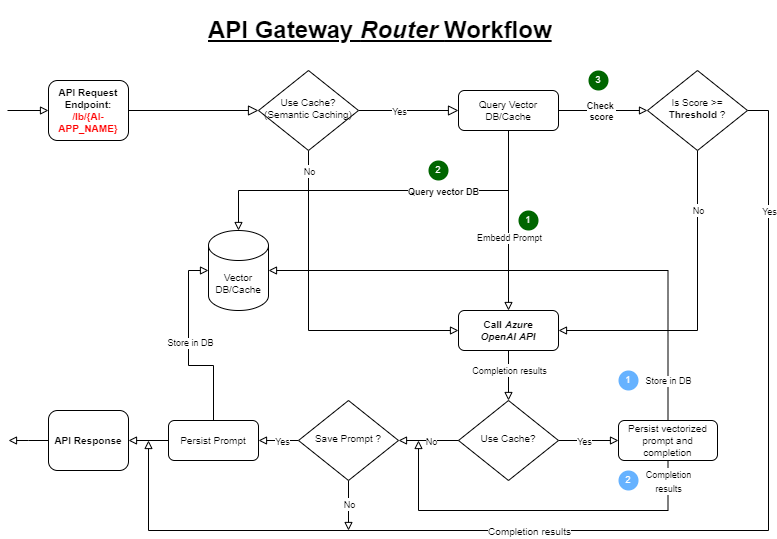
Above: images/aoai-api-gtwy-flow-chart.png in ganrad/openai-api-router (draw.io), before the change. Source tidied: cells renumbered, new cells last; positions are measured from the earlier drawing's top-left corner, leaving out a move shared by most shapes.
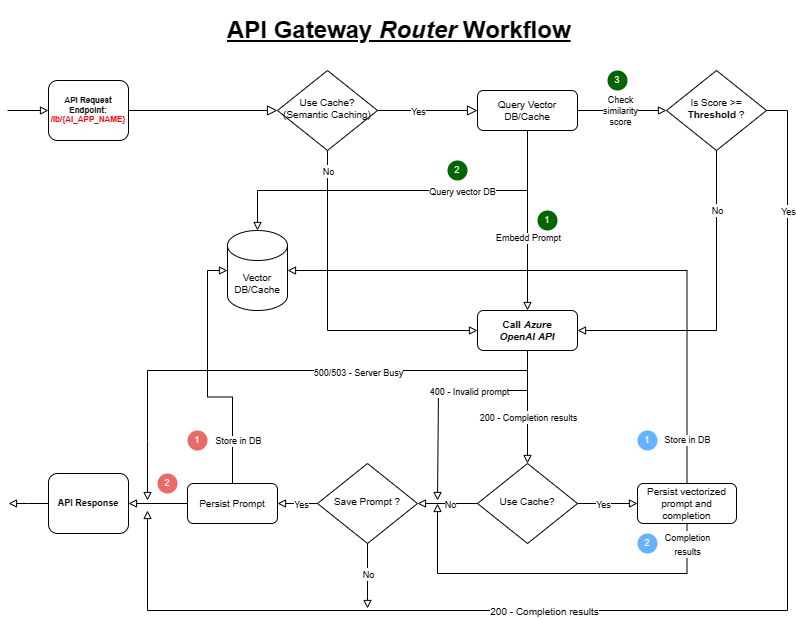
After the change.

Commit message:
Updated flow diagram

The edit, as a diff of the source:
```diff
@@ -5,8 +5,8 @@
     <mxCell id="2" style="rounded=0;html=1;jettySize=auto;fontSize=11;endArrow=block;endFill=0;endSize=8;strokeWidth=1;shadow=0;labelBackgroundColor=none;edgeStyle=orthogonalEdgeStyle;" parent="1" edge="1" source="3" target="8">
       <mxGeometry relative="1" as="geometry" />
     </mxCell>
-    <mxCell id="3" value="API Request&lt;br&gt;&lt;span&gt;Endpoint&lt;/span&gt;: &lt;font color=&quot;#ff0000&quot;&gt;/lb/{AI-APP_NAME}&lt;/font&gt;" style="rounded=1;whiteSpace=wrap;html=1;fontSize=10;glass=0;strokeWidth=1;shadow=0;fontStyle=1;" parent="1" vertex="1">
-      <mxGeometry x="41" y="70" width="80" height="60" as="geometry" />
+    <mxCell id="3" value="API Request&lt;br style=&quot;font-size: 8px;&quot;&gt;&lt;span style=&quot;font-size: 8px;&quot;&gt;Endpoint&lt;/span&gt;: &lt;font style=&quot;font-size: 8px;&quot; color=&quot;#ff0000&quot;&gt;/lb/{AI_APP_NAME}&lt;/font&gt;" style="rounded=1;whiteSpace=wrap;html=1;fontSize=8;glass=0;strokeWidth=1;shadow=0;fontStyle=1;" parent="1" vertex="1">
+      <mxGeometry x="22" y="70" width="80" height="60" as="geometry" />
     </mxCell>
     <mxCell id="4" style="rounded=0;html=1;jettySize=auto;fontSize=11;endArrow=block;endFill=0;endSize=8;strokeWidth=1;shadow=0;labelBackgroundColor=none;edgeStyle=orthogonalEdgeStyle;entryX=0;entryY=0.5;entryDx=0;entryDy=0;exitX=1;exitY=0.5;exitDx=0;exitDy=0;" parent="1" edge="1" source="8" target="24">
       <mxGeometry x="0.29" y="10" relative="1" as="geometry" />
@@ -43,20 +43,20 @@
     </mxCell>
     <mxCell id="11" style="edgeStyle=orthogonalEdgeStyle;rounded=0;jettySize=auto;html=1;endArrow=block;endFill=0;" parent="1" edge="1" source="14">
       <mxGeometry relative="1" as="geometry">
-        <mxPoint x="141" y="430" as="targetPoint" />
+        <mxPoint x="121" y="500" as="targetPoint" />
         <Array as="points">
           <mxPoint x="761" y="100" />
-          <mxPoint x="761" y="520" />
-          <mxPoint x="141" y="520" />
+          <mxPoint x="761" y="600" />
+          <mxPoint x="121" y="600" />
         </Array>
       </mxGeometry>
     </mxCell>
     <mxCell id="12" value="&lt;font style=&quot;font-size: 9px;&quot;&gt;&lt;span&gt;Yes&lt;/span&gt;&lt;/font&gt;" style="edgeLabel;html=1;align=center;verticalAlign=middle;fontStyle=0;" parent="11" vertex="1">
       <mxGeometry x="-0.57" relative="1" as="geometry">
-        <mxPoint y="-124" as="offset" />
+        <mxPoint y="-148" as="offset" />
       </mxGeometry>
     </mxCell>
-    <mxCell id="13" value="&lt;font size=&quot;1&quot;&gt;&lt;span&gt;Completion results&lt;/span&gt;&lt;/font&gt;" style="edgeLabel;html=1;align=center;verticalAlign=middle;fontStyle=0;" parent="11" vertex="1">
+    <mxCell id="13" value="&lt;font size=&quot;1&quot;&gt;&lt;span&gt;200 - Completion results&lt;/span&gt;&lt;/font&gt;" style="edgeLabel;html=1;align=center;verticalAlign=middle;fontStyle=0;" parent="11" vertex="1">
       <mxGeometry x="0.51" y="2" relative="1" as="geometry">
         <mxPoint x="188" y="-2" as="offset" />
       </mxGeometry>
@@ -67,16 +67,45 @@
     <mxCell id="15" style="edgeStyle=orthogonalEdgeStyle;rounded=0;jettySize=auto;html=1;endArrow=block;endFill=0;" parent="1" edge="1" source="17" target="35">
       <mxGeometry relative="1" as="geometry" />
     </mxCell>
-    <mxCell id="16" value="&lt;font style=&quot;font-size: 9px;&quot;&gt;Completion results&lt;/font&gt;" style="edgeLabel;html=1;align=center;verticalAlign=middle;fontStyle=0;" parent="15" vertex="1">
-      <mxGeometry x="-0.25" relative="1" as="geometry" />
+    <mxCell id="16" value="&lt;font style=&quot;font-size: 9px;&quot;&gt;200 - Completion results&lt;/font&gt;" style="edgeLabel;html=1;align=center;verticalAlign=middle;fontStyle=0;" parent="15" vertex="1">
+      <mxGeometry x="-0.25" relative="1" as="geometry">
+        <mxPoint y="24" as="offset" />
+      </mxGeometry>
     </mxCell>
+    <mxCell id="54" style="edgeStyle=orthogonalEdgeStyle;rounded=0;jettySize=auto;html=1;exitX=0.5;exitY=1;exitDx=0;exitDy=0;curved=0;endArrow=block;endFill=0;" parent="1" edge="1" source="17">
+      <mxGeometry relative="1" as="geometry">
+        <mxPoint x="411" y="490" as="targetPoint" />
+        <Array as="points">
+          <mxPoint x="501" y="380" />
+          <mxPoint x="412" y="380" />
+        </Array>
+      </mxGeometry>
+    </mxCell>
+    <mxCell id="55" value="&lt;font style=&quot;font-size: 9px;&quot;&gt;400 - Invalid prompt&lt;/font&gt;" style="edgeLabel;html=1;align=center;verticalAlign=middle;" parent="54" vertex="1">
+      <mxGeometry x="-0.06" relative="1" as="geometry">
+        <mxPoint x="13" as="offset" />
+      </mxGeometry>
+    </mxCell>
+    <mxCell id="56" style="edgeStyle=orthogonalEdgeStyle;rounded=0;jettySize=auto;html=1;endArrow=block;endFill=0;" parent="1" edge="1" source="17">
+      <mxGeometry relative="1" as="geometry">
+        <mxPoint x="121" y="490" as="targetPoint" />
+        <Array as="points">
+          <mxPoint x="501" y="360" />
+          <mxPoint x="121" y="360" />
+          <mxPoint x="121" y="430" />
+        </Array>
+      </mxGeometry>
+    </mxCell>
+    <mxCell id="57" value="&lt;font style=&quot;font-size: 9px;&quot;&gt;500/503 - Server Busy&lt;/font&gt;" style="edgeLabel;html=1;align=center;verticalAlign=middle;" parent="56" vertex="1">
+      <mxGeometry x="-0.28" y="1" relative="1" as="geometry" />
+    </mxCell>
     <mxCell id="17" value="Call &lt;i&gt;Azure OpenAI&lt;/i&gt;&amp;nbsp;&lt;i&gt;API&lt;/i&gt;" style="rounded=1;whiteSpace=wrap;html=1;fontSize=10;glass=0;strokeWidth=1;shadow=0;fontStyle=1;" parent="1" vertex="1">
       <mxGeometry x="451" y="300" width="100" height="40" as="geometry" />
     </mxCell>
     <mxCell id="18" style="edgeStyle=orthogonalEdgeStyle;rounded=0;jettySize=auto;html=1;endArrow=block;endFill=0;" parent="1" edge="1" source="24" target="14">
       <mxGeometry relative="1" as="geometry" />
     </mxCell>
-    <mxCell id="19" value="&lt;font style=&quot;font-size: 9px;&quot;&gt;Check&amp;nbsp;&lt;br style=&quot;font-size: 9px;&quot;&gt;score&lt;/font&gt;" style="edgeLabel;html=1;align=center;verticalAlign=middle;fontStyle=1;fontSize=9;" parent="18" vertex="1">
+    <mxCell id="19" value="Check&lt;div&gt;similarity&lt;/div&gt;&lt;div&gt;score&lt;/div&gt;" style="edgeLabel;html=1;align=center;verticalAlign=middle;fontStyle=0;fontSize=9;" parent="18" vertex="1">
       <mxGeometry x="-0.05" relative="1" as="geometry" />
     </mxCell>
     <mxCell id="20" style="edgeStyle=orthogonalEdgeStyle;rounded=0;jettySize=auto;html=1;endArrow=block;endFill=0;exitX=0.5;exitY=1;exitDx=0;exitDy=0;" parent="1" edge="1" source="24" target="36">
@@ -87,7 +116,7 @@
         </Array>
       </mxGeometry>
     </mxCell>
-    <mxCell id="21" value="&lt;font style=&quot;font-size: 9px;&quot;&gt;&lt;b style=&quot;font-size: 9px;&quot;&gt;Query vector DB&lt;/b&gt;&lt;/font&gt;" style="edgeLabel;html=1;align=center;verticalAlign=middle;fontSize=9;" parent="20" vertex="1">
+    <mxCell id="21" value="&lt;font style=&quot;font-size: 9px;&quot;&gt;&lt;span style=&quot;font-size: 9px;&quot;&gt;Query vector DB&lt;/span&gt;&lt;/font&gt;" style="edgeLabel;html=1;align=center;verticalAlign=middle;fontSize=9;fontStyle=0;" parent="20" vertex="1">
       <mxGeometry x="0.01" y="1" relative="1" as="geometry">
         <mxPoint x="61" as="offset" />
       </mxGeometry>
@@ -103,10 +132,10 @@
     </mxCell>
     <mxCell id="25" style="edgeStyle=orthogonalEdgeStyle;rounded=0;jettySize=auto;html=1;endArrow=block;endFill=0;" parent="1" edge="1" source="27">
       <mxGeometry relative="1" as="geometry">
-        <mxPoint x="411" y="430" as="targetPoint" />
+        <mxPoint x="411" y="493" as="targetPoint" />
         <Array as="points">
-          <mxPoint x="661" y="500" />
-          <mxPoint x="411" y="500" />
+          <mxPoint x="661" y="563" />
+          <mxPoint x="411" y="563" />
         </Array>
       </mxGeometry>
     </mxCell>
@@ -116,19 +145,19 @@
       </mxGeometry>
     </mxCell>
     <mxCell id="27" value="Persist vectorized prompt and completion" style="rounded=1;whiteSpace=wrap;html=1;fontSize=10;glass=0;strokeWidth=1;shadow=0;" parent="1" vertex="1">
-      <mxGeometry x="611" y="410" width="99" height="40" as="geometry" />
+      <mxGeometry x="611" y="473" width="99" height="40" as="geometry" />
     </mxCell>
     <mxCell id="28" style="edgeStyle=orthogonalEdgeStyle;rounded=0;jettySize=auto;html=1;endArrow=block;endFill=0;exitX=0;exitY=0.5;exitDx=0;exitDy=0;" parent="1" edge="1" source="44">
       <mxGeometry relative="1" as="geometry">
-        <mxPoint x="1" y="430" as="targetPoint" />
+        <mxPoint x="-18" y="493" as="targetPoint" />
       </mxGeometry>
     </mxCell>
     <mxCell id="29" value="Persist Prompt" style="rounded=1;whiteSpace=wrap;html=1;fontSize=10;glass=0;strokeWidth=1;shadow=0;" parent="1" vertex="1">
-      <mxGeometry x="161" y="410" width="90" height="40" as="geometry" />
+      <mxGeometry x="161" y="473" width="90" height="40" as="geometry" />
     </mxCell>
     <mxCell id="30" style="endArrow=block;html=1;rounded=0;entryX=0;entryY=0.5;entryDx=0;entryDy=0;endFill=0;" parent="1" edge="1" target="3">
       <mxGeometry relative="1" as="geometry">
-        <mxPoint y="100" as="sourcePoint" />
+        <mxPoint x="-19" y="100" as="sourcePoint" />
       </mxGeometry>
     </mxCell>
     <mxCell id="31" style="edgeStyle=orthogonalEdgeStyle;rounded=0;jettySize=auto;html=1;entryX=0;entryY=0.5;entryDx=0;entryDy=0;endArrow=block;endFill=0;" parent="1" edge="1" source="35" target="27">
@@ -148,7 +177,7 @@
       </mxGeometry>
     </mxCell>
     <mxCell id="35" value="Use Cache?" style="rhombus;whiteSpace=wrap;html=1;shadow=0;fontFamily=Helvetica;fontSize=10;align=center;strokeWidth=1;spacing=6;spacingTop=-4;" parent="1" vertex="1">
-      <mxGeometry x="451" y="390" width="100" height="80" as="geometry" />
+      <mxGeometry x="451" y="453" width="100" height="80" as="geometry" />
     </mxCell>
     <mxCell id="36" value="Vector DB/Cache" style="shape=cylinder3;whiteSpace=wrap;html=1;boundedLbl=1;backgroundOutline=1;size=15;fontSize=10;" parent="1" vertex="1">
       <mxGeometry x="201" y="220" width="60" height="80" as="geometry" />
@@ -178,8 +207,8 @@
     <mxCell id="43" style="edgeStyle=orthogonalEdgeStyle;rounded=0;jettySize=auto;html=1;endArrow=block;endFill=0;exitX=0;exitY=0.5;exitDx=0;exitDy=0;" parent="1" edge="1" source="29" target="44">
       <mxGeometry relative="1" as="geometry" />
     </mxCell>
-    <mxCell id="44" value="API Response" style="rounded=1;whiteSpace=wrap;html=1;fontSize=10;glass=0;strokeWidth=1;shadow=0;fontStyle=1;" parent="1" vertex="1">
-      <mxGeometry x="41" y="400" width="80" height="60" as="geometry" />
+    <mxCell id="44" value="API Response" style="rounded=1;whiteSpace=wrap;html=1;fontSize=9;glass=0;strokeWidth=1;shadow=0;fontStyle=1;" parent="1" vertex="1">
+      <mxGeometry x="22" y="463" width="80" height="60" as="geometry" />
     </mxCell>
     <mxCell id="45" style="edgeStyle=orthogonalEdgeStyle;rounded=0;jettySize=auto;html=1;endArrow=block;endFill=0;" parent="1" edge="1" source="35" target="49">
       <mxGeometry relative="1" as="geometry" />
@@ -191,26 +220,34 @@
     </mxCell>
     <mxCell id="47" style="edgeStyle=orthogonalEdgeStyle;rounded=0;jettySize=auto;html=1;endArrow=block;endFill=0;" parent="1" edge="1" source="49">
       <mxGeometry relative="1" as="geometry">
-        <mxPoint x="341" y="520" as="targetPoint" />
+        <mxPoint x="341" y="598" as="targetPoint" />
       </mxGeometry>
     </mxCell>
     <mxCell id="48" value="&lt;font style=&quot;font-size: 9px;&quot;&gt;No&lt;/font&gt;" style="edgeLabel;html=1;align=center;verticalAlign=middle;" parent="47" vertex="1">
       <mxGeometry x="-0.09" relative="1" as="geometry" />
     </mxCell>
     <mxCell id="49" value="Save Prompt ?" style="rhombus;whiteSpace=wrap;html=1;shadow=0;fontFamily=Helvetica;fontSize=10;align=center;strokeWidth=1;spacing=6;spacingTop=-4;" parent="1" vertex="1">
-      <mxGeometry x="291" y="390" width="100" height="80" as="geometry" />
+      <mxGeometry x="291" y="453" width="100" height="80" as="geometry" />
     </mxCell>
     <mxCell id="50" style="edgeStyle=orthogonalEdgeStyle;rounded=0;jettySize=auto;html=1;entryX=0;entryY=0.5;entryDx=0;entryDy=0;entryPerimeter=0;endArrow=block;endFill=0;" parent="1" edge="1" source="29" target="36">
       <mxGeometry relative="1" as="geometry" />
     </mxCell>
     <mxCell id="51" value="Store in DB" style="edgeLabel;html=1;align=center;verticalAlign=middle;fontSize=9;" parent="50" vertex="1">
-      <mxGeometry x="0.06" y="-1" relative="1" as="geometry" />
+      <mxGeometry x="0.06" y="-1" relative="1" as="geometry">
+        <mxPoint x="29" y="68" as="offset" />
+      </mxGeometry>
     </mxCell>
     <mxCell id="52" value="1" style="ellipse;whiteSpace=wrap;html=1;fillColor=#66B2FF;strokeColor=none;fontColor=#FFFFFF;fontSize=9;" parent="1" vertex="1">
-      <mxGeometry x="611" y="360" width="20" height="20" as="geometry" />
+      <mxGeometry x="611" y="420" width="20" height="20" as="geometry" />
     </mxCell>
     <mxCell id="53" value="2" style="ellipse;whiteSpace=wrap;html=1;fillColor=#66B2FF;strokeColor=none;fontColor=#FFFFFF;fontSize=9;" parent="1" vertex="1">
-      <mxGeometry x="611" y="460" width="20" height="20" as="geometry" />
+      <mxGeometry x="611" y="523" width="20" height="20" as="geometry" />
     </mxCell>
+    <mxCell id="58" value="1" style="ellipse;whiteSpace=wrap;html=1;fillColor=#EA6B66;strokeColor=none;fontColor=#FFFFFF;fontSize=9;" parent="1" vertex="1">
+      <mxGeometry x="161" y="420" width="20" height="20" as="geometry" />
+    </mxCell>
+    <mxCell id="59" value="2" style="ellipse;whiteSpace=wrap;html=1;fillColor=#EA6B66;strokeColor=none;fontColor=#FFFFFF;fontSize=9;" parent="1" vertex="1">
+      <mxGeometry x="131" y="463" width="20" height="20" as="geometry" />
+    </mxCell>
   </root>
 </mxGraphModel>
```
